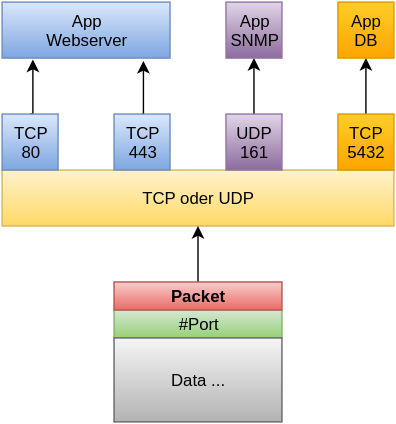
Above: figures/ports.svg in fladi/campus02-nowa-prg3 (draw.io), before the change. Source tidied: cells renumbered, new cells last; positions are measured from the earlier drawing's top-left corner, leaving out a move shared by most shapes. The source it was exported from:
```xml
<mxGraphModel>
  <root>
    <mxCell id="0" />
    <mxCell id="1" parent="0" />
    <mxCell id="2" value="TCP oder UDP&lt;br&gt;" style="whiteSpace=wrap;html=1;plain-yellow;" parent="1" vertex="1">
      <mxGeometry y="120" width="280" height="40" as="geometry" />
    </mxCell>
    <mxCell id="3" style="edgeStyle=orthogonalEdgeStyle;rounded=0;html=1;exitX=0.5;exitY=0;entryX=0.183;entryY=1.025;entryPerimeter=0;jettySize=auto;" parent="1" edge="1" source="4" target="7">
      <mxGeometry relative="1" as="geometry" />
    </mxCell>
    <mxCell id="4" value="TCP&lt;br&gt;80&lt;br&gt;" style="whiteSpace=wrap;html=1;plain-blue;" parent="1" vertex="1">
      <mxGeometry y="80" width="40" height="40" as="geometry" />
    </mxCell>
    <mxCell id="5" style="edgeStyle=orthogonalEdgeStyle;rounded=0;html=1;exitX=0.5;exitY=0;entryX=0.842;entryY=1.05;entryPerimeter=0;jettySize=auto;" parent="1" edge="1" source="6" target="7">
      <mxGeometry relative="1" as="geometry" />
    </mxCell>
    <mxCell id="6" value="TCP&lt;br&gt;443&lt;br&gt;" style="whiteSpace=wrap;html=1;plain-blue;" parent="1" vertex="1">
      <mxGeometry x="80" y="80" width="40" height="40" as="geometry" />
    </mxCell>
    <mxCell id="7" value="App&lt;br&gt;Webserver&lt;br&gt;" style="whiteSpace=wrap;html=1;plain-blue;" parent="1" vertex="1">
      <mxGeometry width="120" height="40" as="geometry" />
    </mxCell>
    <mxCell id="8" style="edgeStyle=orthogonalEdgeStyle;rounded=0;html=1;exitX=0.5;exitY=0;entryX=0.5;entryY=1;jettySize=auto;" parent="1" edge="1" source="9" target="12">
      <mxGeometry relative="1" as="geometry" />
    </mxCell>
    <mxCell id="9" value="UDP&lt;br&gt;161&lt;br&gt;" style="whiteSpace=wrap;html=1;plain-purple;" parent="1" vertex="1">
      <mxGeometry x="160" y="80" width="40" height="40" as="geometry" />
    </mxCell>
    <mxCell id="10" style="edgeStyle=orthogonalEdgeStyle;rounded=0;html=1;exitX=0.5;exitY=0;entryX=0.5;entryY=1;jettySize=auto;" parent="1" edge="1" source="11" target="13">
      <mxGeometry relative="1" as="geometry" />
    </mxCell>
    <mxCell id="11" value="TCP&lt;br&gt;5432&lt;br&gt;" style="whiteSpace=wrap;html=1;plain-orange;" parent="1" vertex="1">
      <mxGeometry x="240" y="80" width="40" height="40" as="geometry" />
    </mxCell>
    <mxCell id="12" value="App&lt;br&gt;SNMP&lt;br&gt;" style="whiteSpace=wrap;html=1;plain-purple;" parent="1" vertex="1">
      <mxGeometry x="160" width="40" height="40" as="geometry" />
    </mxCell>
    <mxCell id="13" value="App&lt;br&gt;DB&lt;br&gt;" style="whiteSpace=wrap;html=1;plain-orange;" parent="1" vertex="1">
      <mxGeometry x="240" width="40" height="40" as="geometry" />
    </mxCell>
    <mxCell id="14" value="#Port" style="whiteSpace=wrap;html=1;plain-green;" parent="1" vertex="1">
      <mxGeometry x="80" y="220" width="120" height="20" as="geometry" />
    </mxCell>
    <mxCell id="15" style="edgeStyle=orthogonalEdgeStyle;rounded=0;html=1;exitX=0.5;exitY=0;entryX=0.5;entryY=1;jettySize=auto;" parent="1" edge="1" source="16" target="2">
      <mxGeometry relative="1" as="geometry" />
    </mxCell>
    <mxCell id="16" value="Packet" style="whiteSpace=wrap;html=1;fontStyle=1;plain-red;" parent="1" vertex="1">
      <mxGeometry x="80" y="200" width="120" height="20" as="geometry" />
    </mxCell>
    <mxCell id="17" value="Data ...&lt;br&gt;" style="whiteSpace=wrap;html=1;plain-gray;" parent="1" vertex="1">
      <mxGeometry x="80" y="240" width="120" height="60" as="geometry" />
    </mxCell>
  </root>
</mxGraphModel>
```
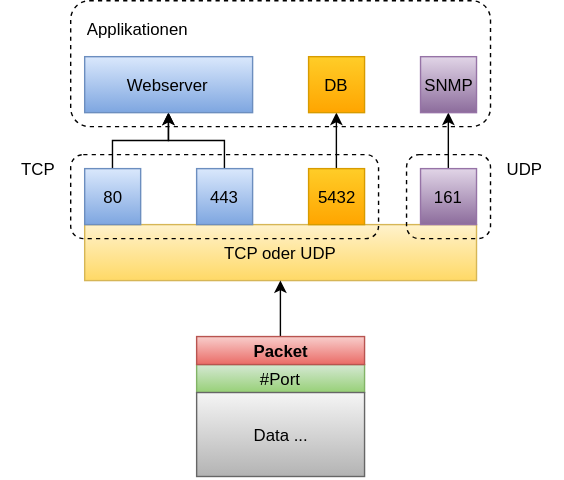
The same diagram one commit later.

What changed in the source:
```diff
@@ -2,41 +2,42 @@
   <root>
     <mxCell id="0" />
     <mxCell id="1" parent="0" />
+    <mxCell id="18" style="fillColor=none;dashed=1;rounded=1;glass=0;labelPosition=center;verticalLabelPosition=middle;align=center;verticalAlign=middle;html=1;" parent="1" vertex="1">
+      <mxGeometry x="-10" y="-40" width="300" height="90" as="geometry" />
+    </mxCell>
-    <mxCell id="2" value="TCP oder UDP&lt;br&gt;" style="whiteSpace=wrap;html=1;plain-yellow;" parent="1" vertex="1">
+    <mxCell id="2" value="TCP oder UDP" style="whiteSpace=wrap;html=1;plain-yellow;" parent="1" vertex="1">
       <mxGeometry y="120" width="280" height="40" as="geometry" />
     </mxCell>
-    <mxCell id="3" style="edgeStyle=orthogonalEdgeStyle;rounded=0;html=1;exitX=0.5;exitY=0;entryX=0.183;entryY=1.025;entryPerimeter=0;jettySize=auto;" parent="1" edge="1" source="4" target="7">
-      <mxGeometry relative="1" as="geometry" />
+    <mxCell id="3" style="edgeStyle=orthogonalEdgeStyle;rounded=0;html=1;exitX=0.5;exitY=0;entryX=0.5;entryY=1;jettySize=auto;" parent="1" edge="1" source="4" target="7">
+      <mxGeometry relative="1" as="geometry">
+        <Array as="points">
+          <mxPoint x="20" y="60" />
+          <mxPoint x="60" y="60" />
+        </Array>
+      </mxGeometry>
     </mxCell>
-    <mxCell id="4" value="TCP&lt;br&gt;80&lt;br&gt;" style="whiteSpace=wrap;html=1;plain-blue;" parent="1" vertex="1">
-      <mxGeometry y="80" width="40" height="40" as="geometry" />
-    </mxCell>
-    <mxCell id="5" style="edgeStyle=orthogonalEdgeStyle;rounded=0;html=1;exitX=0.5;exitY=0;entryX=0.842;entryY=1.05;entryPerimeter=0;jettySize=auto;" parent="1" edge="1" source="6" target="7">
-      <mxGeometry relative="1" as="geometry" />
+    <mxCell id="5" style="edgeStyle=orthogonalEdgeStyle;rounded=0;html=1;exitX=0.5;exitY=0;entryX=0.5;entryY=1;jettySize=auto;" parent="1" edge="1" source="6" target="7">
+      <mxGeometry relative="1" as="geometry">
+        <Array as="points">
+          <mxPoint x="100" y="60" />
+          <mxPoint x="60" y="60" />
+        </Array>
+      </mxGeometry>
     </mxCell>
-    <mxCell id="6" value="TCP&lt;br&gt;443&lt;br&gt;" style="whiteSpace=wrap;html=1;plain-blue;" parent="1" vertex="1">
-      <mxGeometry x="80" y="80" width="40" height="40" as="geometry" />
-    </mxCell>
-    <mxCell id="7" value="App&lt;br&gt;Webserver&lt;br&gt;" style="whiteSpace=wrap;html=1;plain-blue;" parent="1" vertex="1">
+    <mxCell id="7" value="Webserver" style="whiteSpace=wrap;html=1;plain-blue;" parent="1" vertex="1">
       <mxGeometry width="120" height="40" as="geometry" />
     </mxCell>
     <mxCell id="8" style="edgeStyle=orthogonalEdgeStyle;rounded=0;html=1;exitX=0.5;exitY=0;entryX=0.5;entryY=1;jettySize=auto;" parent="1" edge="1" source="9" target="12">
       <mxGeometry relative="1" as="geometry" />
     </mxCell>
-    <mxCell id="9" value="UDP&lt;br&gt;161&lt;br&gt;" style="whiteSpace=wrap;html=1;plain-purple;" parent="1" vertex="1">
-      <mxGeometry x="160" y="80" width="40" height="40" as="geometry" />
-    </mxCell>
     <mxCell id="10" style="edgeStyle=orthogonalEdgeStyle;rounded=0;html=1;exitX=0.5;exitY=0;entryX=0.5;entryY=1;jettySize=auto;" parent="1" edge="1" source="11" target="13">
       <mxGeometry relative="1" as="geometry" />
     </mxCell>
-    <mxCell id="11" value="TCP&lt;br&gt;5432&lt;br&gt;" style="whiteSpace=wrap;html=1;plain-orange;" parent="1" vertex="1">
-      <mxGeometry x="240" y="80" width="40" height="40" as="geometry" />
-    </mxCell>
-    <mxCell id="12" value="App&lt;br&gt;SNMP&lt;br&gt;" style="whiteSpace=wrap;html=1;plain-purple;" parent="1" vertex="1">
-      <mxGeometry x="160" width="40" height="40" as="geometry" />
+    <mxCell id="12" value="SNMP" style="whiteSpace=wrap;html=1;plain-purple;" parent="1" vertex="1">
+      <mxGeometry x="240" width="40" height="40" as="geometry" />
     </mxCell>
-    <mxCell id="13" value="App&lt;br&gt;DB&lt;br&gt;" style="whiteSpace=wrap;html=1;plain-orange;" parent="1" vertex="1">
-      <mxGeometry x="240" width="40" height="40" as="geometry" />
+    <mxCell id="13" value="DB" style="whiteSpace=wrap;html=1;plain-orange;" parent="1" vertex="1">
+      <mxGeometry x="160" width="40" height="40" as="geometry" />
     </mxCell>
     <mxCell id="14" value="#Port" style="whiteSpace=wrap;html=1;plain-green;" parent="1" vertex="1">
       <mxGeometry x="80" y="220" width="120" height="20" as="geometry" />
@@ -47,8 +48,35 @@
     <mxCell id="16" value="Packet" style="whiteSpace=wrap;html=1;fontStyle=1;plain-red;" parent="1" vertex="1">
       <mxGeometry x="80" y="200" width="120" height="20" as="geometry" />
     </mxCell>
-    <mxCell id="17" value="Data ...&lt;br&gt;" style="whiteSpace=wrap;html=1;plain-gray;" parent="1" vertex="1">
+    <mxCell id="17" value="Data ..." style="whiteSpace=wrap;html=1;plain-gray;" parent="1" vertex="1">
       <mxGeometry x="80" y="240" width="120" height="60" as="geometry" />
     </mxCell>
+    <mxCell id="19" value="Applikationen" style="text;html=1;strokeColor=none;fillColor=none;align=left;verticalAlign=middle;whiteSpace=wrap;overflow=hidden;rounded=1;glass=0;dashed=1;" parent="1" vertex="1">
+      <mxGeometry y="-30" width="140" height="20" as="geometry" />
+    </mxCell>
+    <mxCell id="20" style="whiteSpace=wrap;html=1;rounded=1;glass=0;dashed=1;fillColor=none;align=left;" parent="1" vertex="1">
+      <mxGeometry x="-10" y="70" width="220" height="60" as="geometry" />
+    </mxCell>
+    <mxCell id="21" value="TCP" style="text;html=1;strokeColor=none;fillColor=none;align=right;verticalAlign=middle;whiteSpace=wrap;overflow=hidden;rounded=1;glass=0;dashed=1;" parent="1" vertex="1">
+      <mxGeometry x="-60" y="70" width="40" height="20" as="geometry" />
+    </mxCell>
+    <mxCell id="4" value="80" style="whiteSpace=wrap;html=1;plain-blue;" parent="1" vertex="1">
+      <mxGeometry y="80" width="40" height="40" as="geometry" />
+    </mxCell>
+    <mxCell id="6" value="443" style="whiteSpace=wrap;html=1;plain-blue;" parent="1" vertex="1">
+      <mxGeometry x="80" y="80" width="40" height="40" as="geometry" />
+    </mxCell>
+    <mxCell id="9" value="161" style="whiteSpace=wrap;html=1;plain-purple;" parent="1" vertex="1">
+      <mxGeometry x="240" y="80" width="40" height="40" as="geometry" />
+    </mxCell>
+    <mxCell id="11" value="5432" style="whiteSpace=wrap;html=1;plain-orange;" parent="1" vertex="1">
+      <mxGeometry x="160" y="80" width="40" height="40" as="geometry" />
+    </mxCell>
+    <mxCell id="22" style="whiteSpace=wrap;html=1;rounded=1;glass=0;dashed=1;fillColor=none;align=left;" parent="1" vertex="1">
+      <mxGeometry x="230" y="70" width="60" height="60" as="geometry" />
+    </mxCell>
+    <mxCell id="23" value="UDP" style="text;html=1;strokeColor=none;fillColor=none;align=left;verticalAlign=middle;whiteSpace=wrap;overflow=hidden;rounded=1;glass=0;dashed=1;" parent="1" vertex="1">
+      <mxGeometry x="300" y="70" width="40" height="20" as="geometry" />
+    </mxCell>
   </root>
 </mxGraphModel>
```
